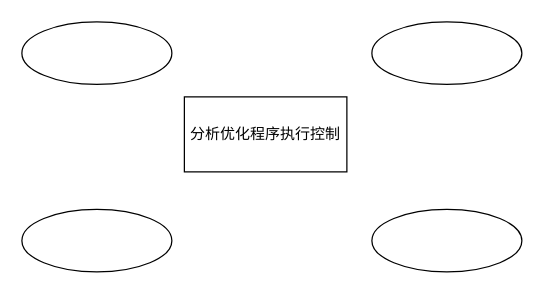
shanshan-lu/homwork keeps this draw.io diagram as doc/control.drawio. Above is the earlier version. Source tidied: cells renumbered, new cells numbered last; positions are measured from the earlier drawing's top-left corner, leaving out a move shared by most shapes. Both pictures are drawn from the tidied source at 125%, with x=0, y=0 at pixel (21, 21).
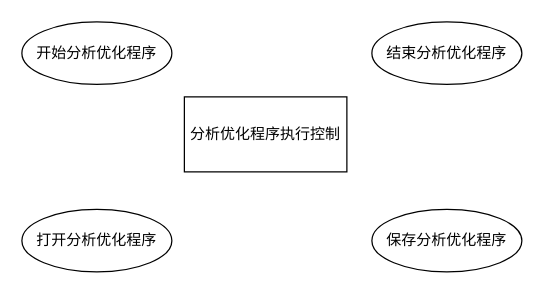
The same diagram, later.

Change to the diagram source:
```diff
@@
 <mxGraphModel>
   <root>
     <mxCell id="0" />
     <mxCell id="1" parent="0" />
     <mxCell id="2" value="分析优化程序执行控制" style="rounded=0;whiteSpace=wrap;html=1;" parent="1" vertex="1">
       <mxGeometry x="130" y="60" width="130" height="60" as="geometry" />
     </mxCell>
-    <mxCell id="3" style="ellipse;whiteSpace=wrap;html=1;" parent="1" vertex="1">
+    <mxCell id="3" value="开始分析优化程序" style="ellipse;whiteSpace=wrap;html=1;" parent="1" vertex="1">
       <mxGeometry width="120" height="50" as="geometry" />
     </mxCell>
-    <mxCell id="4" style="ellipse;whiteSpace=wrap;html=1;" parent="1" vertex="1">
+    <mxCell id="4" value="结束分析优化程序" style="ellipse;whiteSpace=wrap;html=1;" parent="1" vertex="1">
       <mxGeometry x="280" width="120" height="50" as="geometry" />
     </mxCell>
-    <mxCell id="5" style="ellipse;whiteSpace=wrap;html=1;" parent="1" vertex="1">
+    <mxCell id="5" value="打开分析优化程序" style="ellipse;whiteSpace=wrap;html=1;" parent="1" vertex="1">
       <mxGeometry y="150" width="120" height="50" as="geometry" />
     </mxCell>
-    <mxCell id="6" style="ellipse;whiteSpace=wrap;html=1;" parent="1" vertex="1">
+    <mxCell id="6" value="保存分析优化程序" style="ellipse;whiteSpace=wrap;html=1;" parent="1" vertex="1">
       <mxGeometry x="280" y="150" width="120" height="50" as="geometry" />
     </mxCell>
   </root>
 </mxGraphModel>
```
